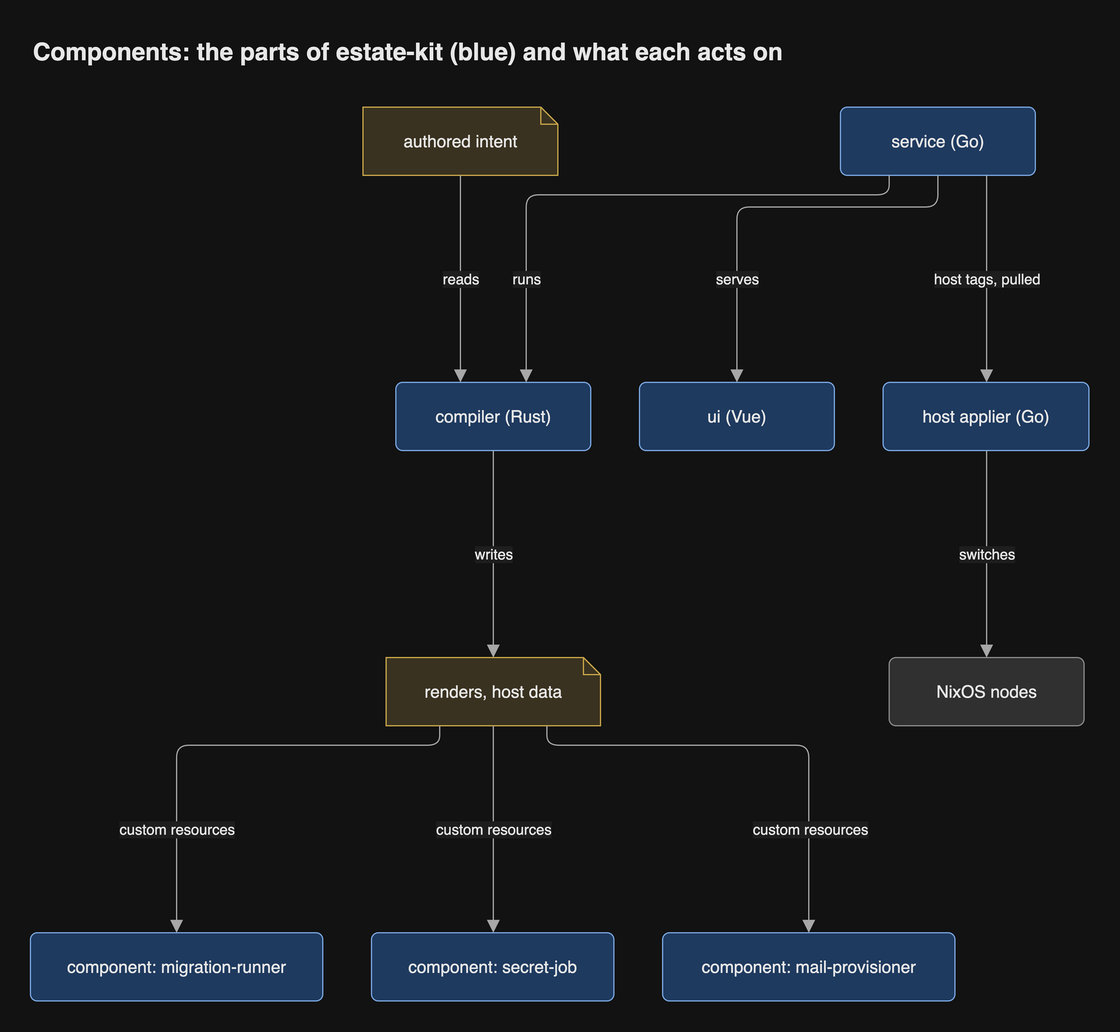
Before: docs/diagrams/png/components.png, a diagram exported from draw.io (JorisJonkers-dev/estate-kit). Source tidied: cells renumbered, new cells last; positions are measured from the earlier drawing's top-left corner, leaving out a move shared by most shapes.
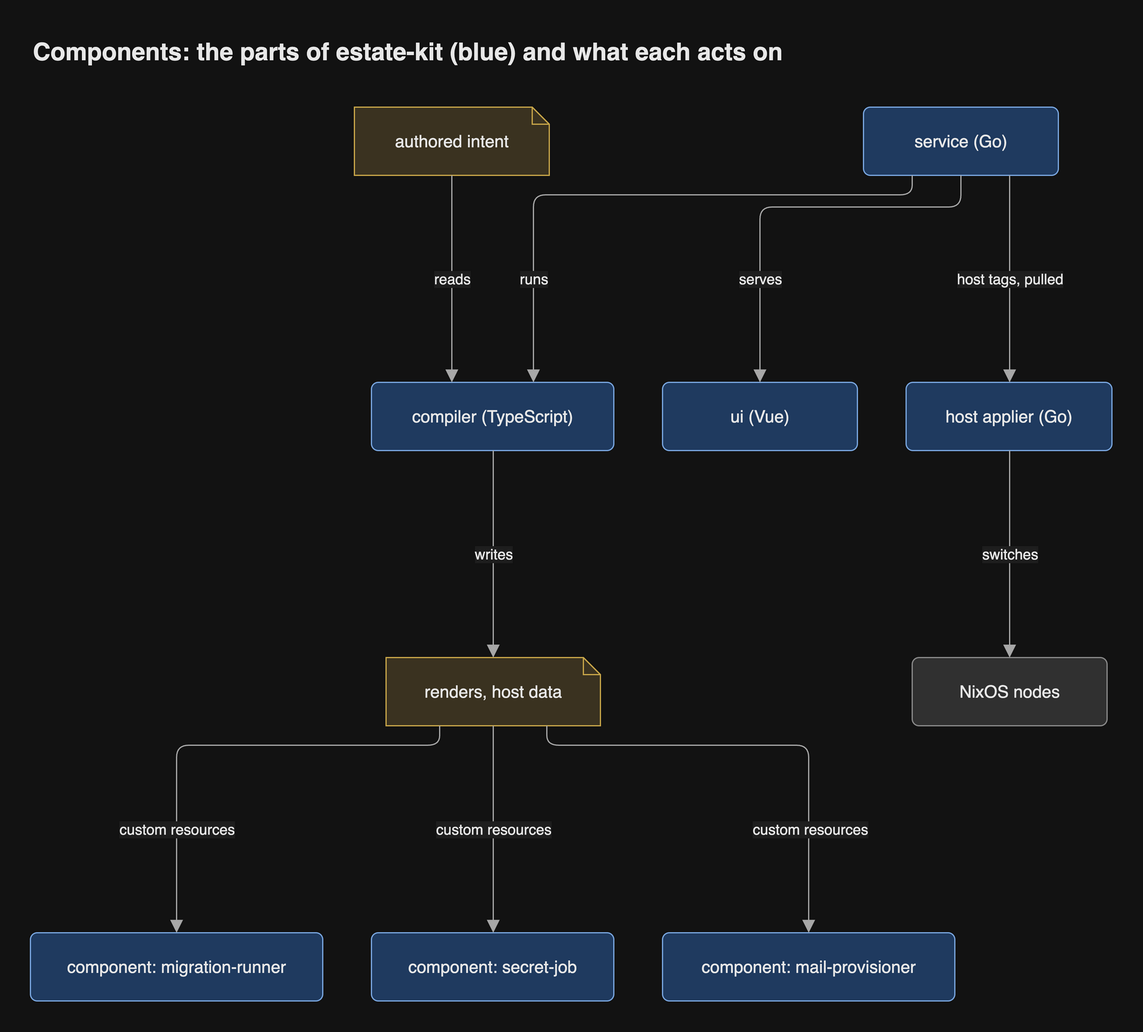
The same diagram one commit later.

What changed in the source:
```diff
@@ -3,19 +3,19 @@
     <mxCell id="0" />
     <mxCell id="1" parent="0" />
     <mxCell id="2" value="authored intent" style="shape=note;size=14;html=1;whiteSpace=wrap;fontSize=14;fontColor=light-dark(#1a1a1a,#e8e8e8);fillColor=light-dark(#fff2cc,#3a3220);strokeColor=light-dark(#d6b656,#c9a74a);fontFamily=Helvetica;" parent="1" vertex="1">
-      <mxGeometry x="273" y="64" width="160" height="56" as="geometry" />
+      <mxGeometry x="266" y="64" width="160" height="56" as="geometry" />
     </mxCell>
     <mxCell id="3" value="service (Go)" style="rounded=1;arcSize=10;html=1;whiteSpace=wrap;fontSize=14;fontColor=light-dark(#1a1a1a,#e8e8e8);fillColor=light-dark(#dae8fc,#1f3a5f);strokeColor=light-dark(#6c8ebf,#7aa7e0);fontFamily=Helvetica;" parent="1" vertex="1">
-      <mxGeometry x="665" y="64" width="160" height="56" as="geometry" />
+      <mxGeometry x="684" y="64" width="160" height="56" as="geometry" />
     </mxCell>
-    <mxCell id="4" value="compiler (Rust)" style="rounded=1;arcSize=10;html=1;whiteSpace=wrap;fontSize=14;fontColor=light-dark(#1a1a1a,#e8e8e8);fillColor=light-dark(#dae8fc,#1f3a5f);strokeColor=light-dark(#6c8ebf,#7aa7e0);fontFamily=Helvetica;" parent="1" vertex="1">
-      <mxGeometry x="300" y="290" width="160" height="56" as="geometry" />
+    <mxCell id="4" value="compiler (TypeScript)" style="rounded=1;arcSize=10;html=1;whiteSpace=wrap;fontSize=14;fontColor=light-dark(#1a1a1a,#e8e8e8);fillColor=light-dark(#dae8fc,#1f3a5f);strokeColor=light-dark(#6c8ebf,#7aa7e0);fontFamily=Helvetica;" parent="1" vertex="1">
+      <mxGeometry x="280" y="290" width="199" height="56" as="geometry" />
     </mxCell>
     <mxCell id="5" value="ui (Vue)" style="rounded=1;arcSize=10;html=1;whiteSpace=wrap;fontSize=14;fontColor=light-dark(#1a1a1a,#e8e8e8);fillColor=light-dark(#dae8fc,#1f3a5f);strokeColor=light-dark(#6c8ebf,#7aa7e0);fontFamily=Helvetica;" parent="1" vertex="1">
-      <mxGeometry x="500" y="290" width="160" height="56" as="geometry" />
+      <mxGeometry x="519" y="290" width="160" height="56" as="geometry" />
     </mxCell>
     <mxCell id="6" value="host applier (Go)" style="rounded=1;arcSize=10;html=1;whiteSpace=wrap;fontSize=14;fontColor=light-dark(#1a1a1a,#e8e8e8);fillColor=light-dark(#dae8fc,#1f3a5f);strokeColor=light-dark(#6c8ebf,#7aa7e0);fontFamily=Helvetica;" parent="1" vertex="1">
-      <mxGeometry x="700" y="290" width="169" height="56" as="geometry" />
+      <mxGeometry x="719" y="290" width="169" height="56" as="geometry" />
     </mxCell>
     <mxCell id="7" value="renders, host data" style="shape=note;size=14;html=1;whiteSpace=wrap;fontSize=14;fontColor=light-dark(#1a1a1a,#e8e8e8);fillColor=light-dark(#fff2cc,#3a3220);strokeColor=light-dark(#d6b656,#c9a74a);fontFamily=Helvetica;" parent="1" vertex="1">
       <mxGeometry x="292" y="516" width="176" height="56" as="geometry" />
@@ -30,29 +30,29 @@
       <mxGeometry x="519" y="742" width="240" height="56" as="geometry" />
     </mxCell>
     <mxCell id="11" value="NixOS nodes" style="rounded=1;arcSize=10;html=1;whiteSpace=wrap;fontSize=14;fontColor=light-dark(#1a1a1a,#e8e8e8);fillColor=light-dark(#eeeeee,#303030);strokeColor=light-dark(#999999,#8a8a8a);fontFamily=Helvetica;" parent="1" vertex="1">
-      <mxGeometry x="705" y="516" width="160" height="56" as="geometry" />
+      <mxGeometry x="724" y="516" width="160" height="56" as="geometry" />
     </mxCell>
-    <mxCell id="12" value="reads" style="html=1;rounded=1;fontSize=14;fontSize=12;fontColor=light-dark(#1a1a1a,#e8e8e8);strokeColor=light-dark(#666666,#a8a8a8);endArrow=block;endFill=1;endSize=8;curved=0;exitX=0.5;exitY=1;entryX=0.3313;entryY=0;edgeStyle=orthogonalEdgeStyle;fontFamily=Helvetica;labelBackgroundColor=light-dark(#ffffff,#1e1e1e);" parent="1" edge="1" source="2" target="4">
+    <mxCell id="12" value="reads" style="html=1;rounded=1;fontSize=14;fontSize=12;fontColor=light-dark(#1a1a1a,#e8e8e8);strokeColor=light-dark(#666666,#a8a8a8);endArrow=block;endFill=1;endSize=8;curved=0;exitX=0.5;exitY=1;entryX=0.3317;entryY=0;edgeStyle=orthogonalEdgeStyle;fontFamily=Helvetica;labelBackgroundColor=light-dark(#ffffff,#1e1e1e);" parent="1" edge="1" source="2" target="4">
       <mxGeometry relative="1" as="geometry">
         <Array as="points">
-          <mxPoint x="353" y="205" />
+          <mxPoint x="346" y="205" />
         </Array>
       </mxGeometry>
     </mxCell>
-    <mxCell id="13" value="runs" style="html=1;rounded=1;fontSize=14;fontSize=12;fontColor=light-dark(#1a1a1a,#e8e8e8);strokeColor=light-dark(#666666,#a8a8a8);endArrow=block;endFill=1;endSize=8;curved=0;exitX=0.25;exitY=1;entryX=0.6688;entryY=0;edgeStyle=orthogonalEdgeStyle;fontFamily=Helvetica;labelBackgroundColor=light-dark(#ffffff,#1e1e1e);" parent="1" edge="1" source="3" target="4">
+    <mxCell id="13" value="runs" style="html=1;rounded=1;fontSize=14;fontSize=12;fontColor=light-dark(#1a1a1a,#e8e8e8);strokeColor=light-dark(#666666,#a8a8a8);endArrow=block;endFill=1;endSize=8;curved=0;exitX=0.25;exitY=1;entryX=0.6683;entryY=0;edgeStyle=orthogonalEdgeStyle;fontFamily=Helvetica;labelBackgroundColor=light-dark(#ffffff,#1e1e1e);" parent="1" edge="1" source="3" target="4">
       <mxGeometry relative="1" as="geometry">
         <Array as="points">
-          <mxPoint x="705" y="136" />
-          <mxPoint x="407" y="136" />
+          <mxPoint x="724" y="136" />
+          <mxPoint x="413" y="136" />
         </Array>
-        <mxPoint x="-80" y="69" as="offset" />
+        <mxPoint x="-86.5" y="69" as="offset" />
       </mxGeometry>
     </mxCell>
     <mxCell id="14" value="serves" style="html=1;rounded=1;fontSize=14;fontSize=12;fontColor=light-dark(#1a1a1a,#e8e8e8);strokeColor=light-dark(#666666,#a8a8a8);endArrow=block;endFill=1;endSize=8;curved=0;exitX=0.5;exitY=1;entryX=0.5;entryY=0;edgeStyle=orthogonalEdgeStyle;fontFamily=Helvetica;labelBackgroundColor=light-dark(#ffffff,#1e1e1e);" parent="1" edge="1" source="3" target="5">
       <mxGeometry relative="1" as="geometry">
         <Array as="points">
-          <mxPoint x="745" y="146" />
-          <mxPoint x="580" y="146" />
+          <mxPoint x="764" y="146" />
+          <mxPoint x="599" y="146" />
         </Array>
         <mxPoint x="-23.5" y="59" as="offset" />
       </mxGeometry>
@@ -60,11 +60,11 @@
     <mxCell id="15" value="host tags, pulled" style="html=1;rounded=1;fontSize=14;fontSize=12;fontColor=light-dark(#1a1a1a,#e8e8e8);strokeColor=light-dark(#666666,#a8a8a8);endArrow=block;endFill=1;endSize=8;curved=0;exitX=0.75;exitY=1;entryX=0.503;entryY=0;edgeStyle=orthogonalEdgeStyle;fontFamily=Helvetica;labelBackgroundColor=light-dark(#ffffff,#1e1e1e);" parent="1" edge="1" source="3" target="6">
       <mxGeometry relative="1" as="geometry">
         <Array as="points">
-          <mxPoint x="785" y="205" />
+          <mxPoint x="804" y="205" />
         </Array>
       </mxGeometry>
     </mxCell>
-    <mxCell id="16" value="writes" style="html=1;rounded=1;fontSize=14;fontSize=12;fontColor=light-dark(#1a1a1a,#e8e8e8);strokeColor=light-dark(#666666,#a8a8a8);endArrow=block;endFill=1;endSize=8;curved=0;exitX=0.5;exitY=1;entryX=0.5;entryY=0;edgeStyle=orthogonalEdgeStyle;fontFamily=Helvetica;labelBackgroundColor=light-dark(#ffffff,#1e1e1e);" parent="1" edge="1" source="4" target="7">
+    <mxCell id="16" value="writes" style="html=1;rounded=1;fontSize=14;fontSize=12;fontColor=light-dark(#1a1a1a,#e8e8e8);strokeColor=light-dark(#666666,#a8a8a8);endArrow=block;endFill=1;endSize=8;curved=0;exitX=0.5025;exitY=1;entryX=0.5;entryY=0;edgeStyle=orthogonalEdgeStyle;fontFamily=Helvetica;labelBackgroundColor=light-dark(#ffffff,#1e1e1e);" parent="1" edge="1" source="4" target="7">
       <mxGeometry relative="1" as="geometry">
         <Array as="points">
           <mxPoint x="380" y="431" />
@@ -99,12 +99,12 @@
     <mxCell id="20" value="switches" style="html=1;rounded=1;fontSize=14;fontSize=12;fontColor=light-dark(#1a1a1a,#e8e8e8);strokeColor=light-dark(#666666,#a8a8a8);endArrow=block;endFill=1;endSize=8;curved=0;exitX=0.503;exitY=1;entryX=0.5;entryY=0;edgeStyle=orthogonalEdgeStyle;fontFamily=Helvetica;labelBackgroundColor=light-dark(#ffffff,#1e1e1e);" parent="1" edge="1" source="6" target="11">
       <mxGeometry relative="1" as="geometry">
         <Array as="points">
-          <mxPoint x="785" y="431" />
+          <mxPoint x="804" y="431" />
         </Array>
       </mxGeometry>
     </mxCell>
     <mxCell id="21" value="Components: the parts of estate-kit (blue) and what each acts on" style="text;html=1;whiteSpace=wrap;align=left;verticalAlign=middle;fontSize=20;fontStyle=1;fontColor=light-dark(#1a1a1a,#e8e8e8);fontFamily=Helvetica;" parent="1" vertex="1">
-      <mxGeometry width="869" height="36" as="geometry" />
+      <mxGeometry width="888" height="36" as="geometry" />
     </mxCell>
   </root>
 </mxGraphModel>
```
